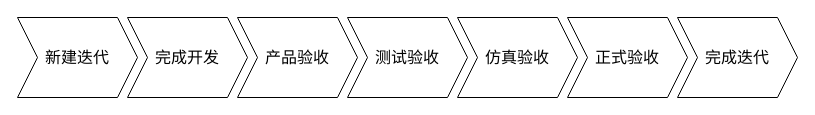
tangyaosimida/love keeps this draw.io diagram as 版本控制.drawio. Above is the earlier version. Source tidied: cells renumbered, new cells numbered last; positions are measured from the earlier drawing's top-left corner, leaving out a move shared by most shapes. Both pictures are drawn from the tidied source at 100%, with x=0, y=0 at pixel (17, 17).
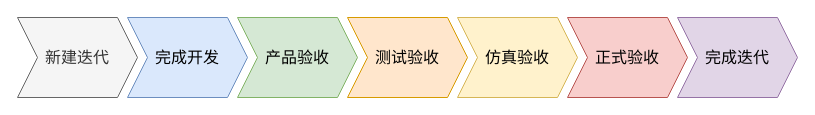
After the change.

Commit message (it also covers changes not shown here):
更新版本控制.drawio

The edit, as a diff of the source:
```diff
@@
 <mxGraphModel>
   <root>
     <mxCell id="0" />
     <mxCell id="1" parent="0" />
-    <mxCell id="2" value="&lt;font style=&quot;font-size: 16px;&quot;&gt;新建迭代&lt;/font&gt;" style="shape=step;perimeter=stepPerimeter;whiteSpace=wrap;html=1;fixedSize=1;" parent="1" vertex="1">
+    <mxCell id="2" value="&lt;font style=&quot;font-size: 16px;&quot;&gt;新建迭代&lt;/font&gt;" style="shape=step;perimeter=stepPerimeter;whiteSpace=wrap;html=1;fixedSize=1;fillColor=#f5f5f5;fontColor=#333333;strokeColor=#666666;" parent="1" vertex="1">
       <mxGeometry width="120" height="80" as="geometry" />
     </mxCell>
-    <mxCell id="3" value="&lt;font style=&quot;font-size: 16px;&quot;&gt;完成开发&lt;/font&gt;" style="shape=step;perimeter=stepPerimeter;whiteSpace=wrap;html=1;fixedSize=1;" parent="1" vertex="1">
+    <mxCell id="3" value="&lt;font style=&quot;font-size: 16px;&quot;&gt;完成开发&lt;/font&gt;" style="shape=step;perimeter=stepPerimeter;whiteSpace=wrap;html=1;fixedSize=1;fillColor=#dae8fc;strokeColor=#6c8ebf;" parent="1" vertex="1">
       <mxGeometry x="110" width="120" height="80" as="geometry" />
     </mxCell>
-    <mxCell id="4" value="&lt;span style=&quot;font-size: 16px;&quot;&gt;产品验收&lt;/span&gt;" style="shape=step;perimeter=stepPerimeter;whiteSpace=wrap;html=1;fixedSize=1;" parent="1" vertex="1">
+    <mxCell id="4" value="&lt;span style=&quot;font-size: 16px;&quot;&gt;产品验收&lt;/span&gt;" style="shape=step;perimeter=stepPerimeter;whiteSpace=wrap;html=1;fixedSize=1;fillColor=#d5e8d4;strokeColor=#82b366;" parent="1" vertex="1">
       <mxGeometry x="220" width="120" height="80" as="geometry" />
     </mxCell>
-    <mxCell id="5" value="&lt;span style=&quot;font-size: 16px;&quot;&gt;测试验收&lt;/span&gt;" style="shape=step;perimeter=stepPerimeter;whiteSpace=wrap;html=1;fixedSize=1;" parent="1" vertex="1">
+    <mxCell id="5" value="&lt;span style=&quot;font-size: 16px;&quot;&gt;测试验收&lt;/span&gt;" style="shape=step;perimeter=stepPerimeter;whiteSpace=wrap;html=1;fixedSize=1;fillColor=#ffe6cc;strokeColor=#d79b00;" parent="1" vertex="1">
       <mxGeometry x="330" width="120" height="80" as="geometry" />
     </mxCell>
-    <mxCell id="6" value="&lt;font style=&quot;font-size: 16px;&quot;&gt;正式验收&lt;/font&gt;" style="shape=step;perimeter=stepPerimeter;whiteSpace=wrap;html=1;fixedSize=1;" parent="1" vertex="1">
+    <mxCell id="6" value="&lt;font style=&quot;font-size: 16px;&quot;&gt;正式验收&lt;/font&gt;" style="shape=step;perimeter=stepPerimeter;whiteSpace=wrap;html=1;fixedSize=1;fillColor=#f8cecc;strokeColor=#b85450;" parent="1" vertex="1">
       <mxGeometry x="550" width="120" height="80" as="geometry" />
     </mxCell>
-    <mxCell id="7" value="&lt;font style=&quot;font-size: 16px;&quot;&gt;完成迭代&lt;/font&gt;" style="shape=step;perimeter=stepPerimeter;whiteSpace=wrap;html=1;fixedSize=1;" parent="1" vertex="1">
+    <mxCell id="7" value="&lt;font style=&quot;font-size: 16px;&quot;&gt;完成迭代&lt;/font&gt;" style="shape=step;perimeter=stepPerimeter;whiteSpace=wrap;html=1;fixedSize=1;fillColor=#e1d5e7;strokeColor=#9673a6;" parent="1" vertex="1">
       <mxGeometry x="660" width="120" height="80" as="geometry" />
     </mxCell>
-    <mxCell id="8" value="&lt;span style=&quot;font-size: 16px;&quot;&gt;仿真验收&lt;/span&gt;" style="shape=step;perimeter=stepPerimeter;whiteSpace=wrap;html=1;fixedSize=1;" parent="1" vertex="1">
+    <mxCell id="8" value="&lt;span style=&quot;font-size: 16px;&quot;&gt;仿真验收&lt;/span&gt;" style="shape=step;perimeter=stepPerimeter;whiteSpace=wrap;html=1;fixedSize=1;fillColor=#fff2cc;strokeColor=#d6b656;" parent="1" vertex="1">
       <mxGeometry x="440" width="120" height="80" as="geometry" />
     </mxCell>
   </root>
 </mxGraphModel>
```
